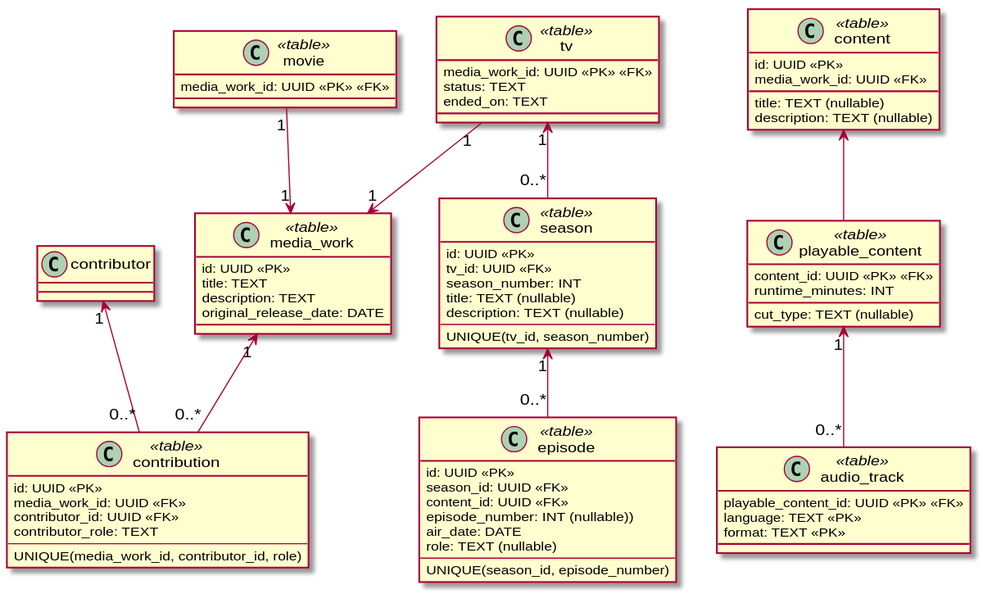
Before: docs/diagrams/data/media_work.data.svg, a diagram exported from PlantUML (yantue/colleq). The source it was exported from:
```plantuml
@startuml
skinparam classAttributeIconSize 0

class media_work <<table>> {
    id: UUID <<PK>>
    title: TEXT
    description: TEXT
    original_release_date: DATE
}


class contribution <<table>> {
    id: UUID <<PK>>
    media_work_id: UUID <<FK>>
    contributor_id: UUID <<FK>>
    contributor_role: TEXT
    --
    UNIQUE(media_work_id, contributor_id, role)
}

media_work "1" <-- "0..*" contribution

class content <<table>> {
    id: UUID <<PK>>
    media_work_id: UUID <<FK>>
    title: TEXT (nullable)
    description: TEXT (nullable)
}


class playable_content <<table>> {
    content_id: UUID <<PK>> <<FK>>
    runtime_minutes: INT
    cut_type: TEXT (nullable)
}

content <-- playable_content

class audio_track <<table>> {
    playable_content_id: UUID <<PK>> <<FK>>
    language: TEXT <<PK>>
    format: TEXT <<PK>>
}

playable_content "1" <-- "0..*" audio_track

class movie <<table>> {
    media_work_id: UUID <<PK>> <<FK>>
}

movie "1" --> "1" media_work


class tv <<table>> {
    media_work_id: UUID <<PK>> <<FK>>
    status: TEXT
    ended_on: TEXT
}

tv "1" --> "1" media_work

class season <<table>> {
    id: UUID <<PK>>
    tv_id: UUID <<FK>>
    season_number: INT
    title: TEXT (nullable)
    description: TEXT (nullable)
    --
    UNIQUE(tv_id, season_number)
}

tv "1" <-- "0..*" season

class episode <<table>> {
    id: UUID <<PK>>
    season_id: UUID <<FK>>
    content_id: UUID <<FK>>
    episode_number: INT (nullable))
    air_date: DATE
    role: TEXT (nullable)
    --
    UNIQUE(season_id, episode_number)
}

season "1" <-- "0..*" episode

contributor "1" <-- "0..*" contribution

@enduml
```
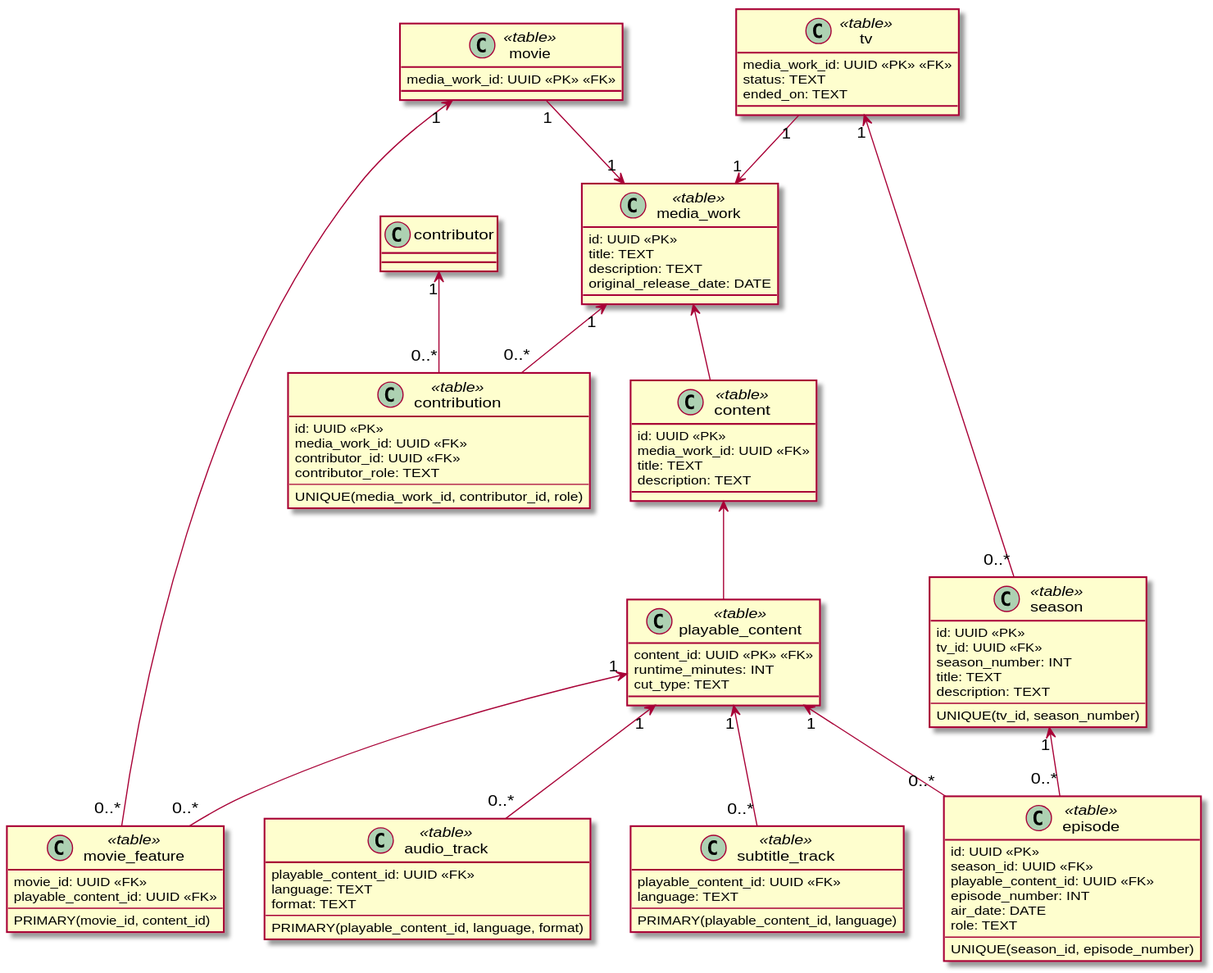
After the change.

What changed in the source:
```diff
@@ -7,7 +7,6 @@
     description: TEXT
     original_release_date: DATE
 }
-
 
 class contribution <<table>> {
     id: UUID <<PK>>
@@ -23,26 +22,38 @@
 class content <<table>> {
     id: UUID <<PK>>
     media_work_id: UUID <<FK>>
-    title: TEXT (nullable)
-    description: TEXT (nullable)
+    title: TEXT
+    description: TEXT
 }
 
+media_work <-- content
 
 class playable_content <<table>> {
     content_id: UUID <<PK>> <<FK>>
     runtime_minutes: INT
-    cut_type: TEXT (nullable)
+    cut_type: TEXT
 }
 
 content <-- playable_content
 
 class audio_track <<table>> {
-    playable_content_id: UUID <<PK>> <<FK>>
-    language: TEXT <<PK>>
-    format: TEXT <<PK>>
+    playable_content_id: UUID <<FK>>
+    language: TEXT
+    format: TEXT
+    --
+    PRIMARY(playable_content_id, language, format)
 }
 
 playable_content "1" <-- "0..*" audio_track
+
+class subtitle_track <<table>> {
+    playable_content_id: UUID <<FK>>
+    language: TEXT
+    --
+    PRIMARY(playable_content_id, language)
+}
+
+playable_content "1" <-- "0..*" subtitle_track
 
 class movie <<table>> {
     media_work_id: UUID <<PK>> <<FK>>
@@ -50,6 +61,15 @@
 
 movie "1" --> "1" media_work
 
+class movie_feature <<table>> {
+     movie_id: UUID <<FK>>
+     playable_content_id: UUID <<FK>>
+     --
+     PRIMARY(movie_id, content_id)
+}
+
+movie "1" <-- "0..*" movie_feature
+playable_content "1" <-- "0..*" movie_feature
 
 class tv <<table>> {
     media_work_id: UUID <<PK>> <<FK>>
@@ -63,8 +83,8 @@
     id: UUID <<PK>>
     tv_id: UUID <<FK>>
     season_number: INT
-    title: TEXT (nullable)
-    description: TEXT (nullable)
+    title: TEXT
+    description: TEXT
     --
     UNIQUE(tv_id, season_number)
 }
@@ -74,15 +94,16 @@
 class episode <<table>> {
     id: UUID <<PK>>
     season_id: UUID <<FK>>
-    content_id: UUID <<FK>>
-    episode_number: INT (nullable))
+    playable_content_id: UUID <<FK>>
+    episode_number: INT
     air_date: DATE
-    role: TEXT (nullable)
+    role: TEXT
     --
     UNIQUE(season_id, episode_number)
 }
 
 season "1" <-- "0..*" episode
+playable_content "1" <-- "0..*" episode
 
 contributor "1" <-- "0..*" contribution
 
```
